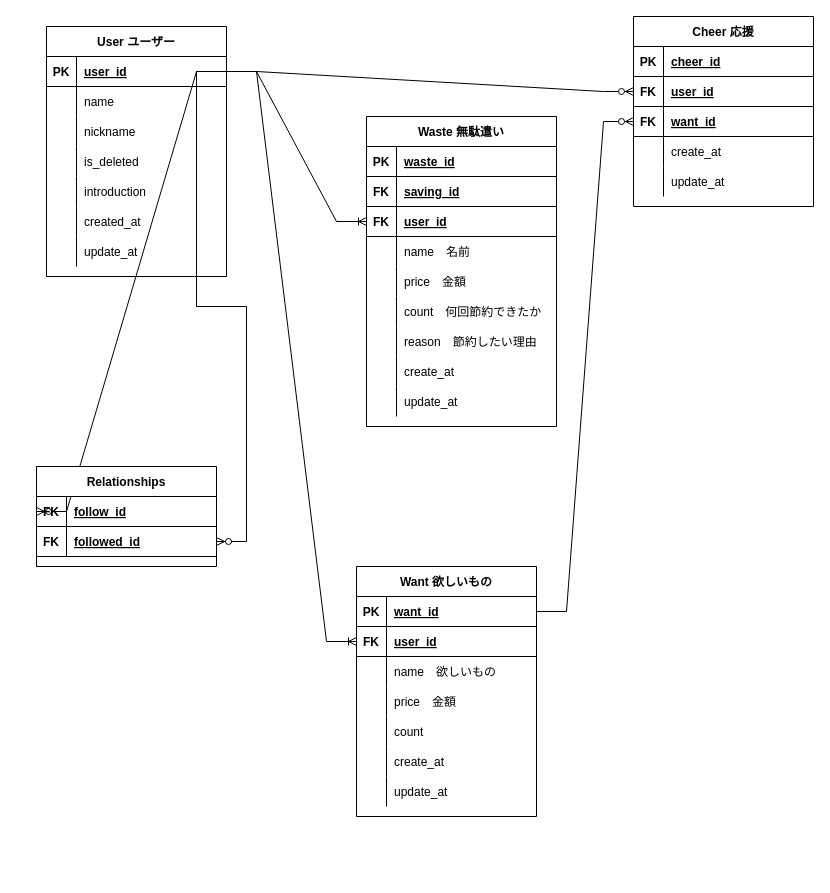
Earlier version of the draw.io diagram PF ER.drawio (breastroke423/cotsutsumi). Source tidied: cells renumbered, new cells numbered last; positions are measured from the earlier drawing's top-left corner, leaving out a move shared by most shapes. Both pictures are drawn from the tidied source at 100%, with x=0, y=0 at pixel (36, 16).
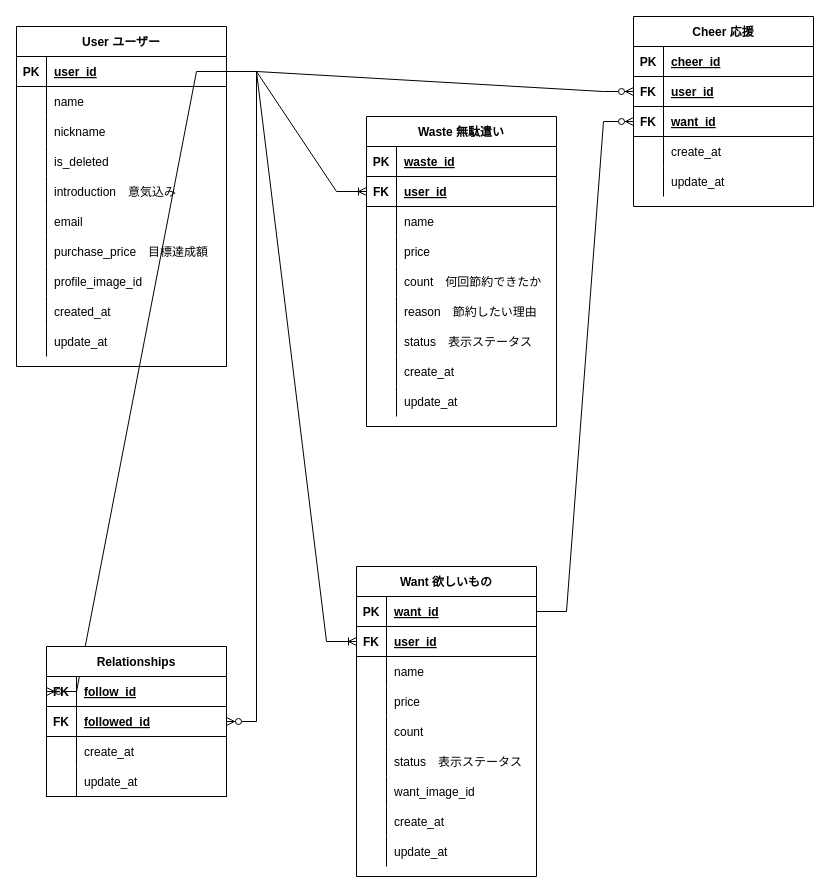
Above is the later version.

The change refers to these unchanged cells:
```xml
<mxCell id="52" value="Waste 無駄遣い" style="shape=table;startSize=30;childLayout=tableLayout;rowLines=0;fontStyle=1;align=center;" parent="1" vertex="1">
  <mxGeometry x="330" y="100" width="190" height="310" as="geometry" />
</mxCell>
<mxCell id="87" style="shape=partialRectangle;fillColor=none;top=0;left=0;bottom=0;right=0;" parent="80" vertex="1">
  <mxGeometry y="90" width="180" height="30" as="geometry" />
</mxCell>
<mxCell id="90" style="shape=partialRectangle;fillColor=none;top=0;left=0;bottom=0;right=0;" parent="80" vertex="1">
  <mxGeometry y="120" width="180" height="30" as="geometry" />
</mxCell>
```

The edit, as a diff of the source:
```diff
@@
     <mxCell id="23" value="User ユーザー" style="shape=table;startSize=30;childLayout=tableLayout;rowLines=0;fontStyle=1;align=center;" parent="1" vertex="1">
-      <mxGeometry x="10" y="10" width="180" height="250" as="geometry" />
+      <mxGeometry x="-20" y="10" width="210" height="340" as="geometry" />
     </mxCell>
     <mxCell id="24" style="shape=partialRectangle;fillColor=none;top=0;left=0;bottom=1;right=0;points=[[0,0.5],[1,0.5]];portConstraint=eastwest;" parent="23" vertex="1">
-      <mxGeometry y="30" width="180" height="30" as="geometry" />
+      <mxGeometry y="30" width="210" height="30" as="geometry" />
     </mxCell>
@@
     <mxCell id="26" value="user_id" style="shape=partialRectangle;fillColor=none;top=0;left=0;bottom=0;right=0;align=left;spacingLeft=6;fontStyle=5;overflow=hidden;" parent="24" vertex="1">
-      <mxGeometry x="30" width="150" height="30" as="geometry" />
+      <mxGeometry x="30" width="180" height="30" as="geometry" />
     </mxCell>
     <mxCell id="27" style="shape=partialRectangle;fillColor=none;top=0;left=0;bottom=0;right=0;" parent="23" vertex="1">
-      <mxGeometry y="60" width="180" height="30" as="geometry" />
+      <mxGeometry y="60" width="210" height="30" as="geometry" />
     </mxCell>
@@
     <mxCell id="29" value="name" style="shape=partialRectangle;fillColor=none;top=0;left=0;bottom=0;right=0;align=left;spacingLeft=6;overflow=hidden;" parent="27" vertex="1">
-      <mxGeometry x="30" width="150" height="30" as="geometry" />
+      <mxGeometry x="30" width="180" height="30" as="geometry" />
     </mxCell>
     <mxCell id="30" style="shape=partialRectangle;fillColor=none;top=0;left=0;bottom=0;right=0;" parent="23" vertex="1">
-      <mxGeometry y="90" width="180" height="30" as="geometry" />
+      <mxGeometry y="90" width="210" height="30" as="geometry" />
     </mxCell>
@@
     <mxCell id="32" value="nickname" style="shape=partialRectangle;fillColor=none;top=0;left=0;bottom=0;right=0;align=left;spacingLeft=6;overflow=hidden;" parent="30" vertex="1">
-      <mxGeometry x="30" width="150" height="30" as="geometry" />
+      <mxGeometry x="30" width="180" height="30" as="geometry" />
     </mxCell>
     <mxCell id="33" style="shape=partialRectangle;fillColor=none;top=0;left=0;bottom=0;right=0;" parent="23" vertex="1">
-      <mxGeometry y="120" width="180" height="30" as="geometry" />
+      <mxGeometry y="120" width="210" height="30" as="geometry" />
     </mxCell>
@@
     <mxCell id="35" value="is_deleted" style="shape=partialRectangle;fillColor=none;top=0;left=0;bottom=0;right=0;align=left;spacingLeft=6;overflow=hidden;" parent="33" vertex="1">
-      <mxGeometry x="30" width="150" height="30" as="geometry" />
+      <mxGeometry x="30" width="180" height="30" as="geometry" />
     </mxCell>
     <mxCell id="36" style="shape=partialRectangle;fillColor=none;top=0;left=0;bottom=0;right=0;" parent="23" vertex="1">
-      <mxGeometry y="150" width="180" height="30" as="geometry" />
+      <mxGeometry y="150" width="210" height="30" as="geometry" />
     </mxCell>
@@
-    <mxCell id="38" value="introduction" style="shape=partialRectangle;fillColor=none;top=0;left=0;bottom=0;right=0;align=left;spacingLeft=6;overflow=hidden;" parent="36" vertex="1">
-      <mxGeometry x="30" width="150" height="30" as="geometry" />
+    <mxCell id="38" value="introduction　意気込み" style="shape=partialRectangle;fillColor=none;top=0;left=0;bottom=0;right=0;align=left;spacingLeft=6;overflow=hidden;" parent="36" vertex="1">
+      <mxGeometry x="30" width="180" height="30" as="geometry" />
     </mxCell>
+    <mxCell id="103" style="shape=partialRectangle;fillColor=none;top=0;left=0;bottom=0;right=0;" parent="23" vertex="1">
+      <mxGeometry y="180" width="210" height="30" as="geometry" />
+    </mxCell>
+    <mxCell id="104" style="shape=partialRectangle;fillColor=none;top=0;left=0;bottom=0;right=0;overflow=hidden;" parent="103" vertex="1">
+      <mxGeometry width="30" height="30" as="geometry" />
+    </mxCell>
+    <mxCell id="105" value="email" style="shape=partialRectangle;fillColor=none;top=0;left=0;bottom=0;right=0;align=left;spacingLeft=6;overflow=hidden;" parent="103" vertex="1">
+      <mxGeometry x="30" width="180" height="30" as="geometry" />
+    </mxCell>
+    <mxCell id="106" style="shape=partialRectangle;fillColor=none;top=0;left=0;bottom=0;right=0;" parent="23" vertex="1">
+      <mxGeometry y="210" width="210" height="30" as="geometry" />
+    </mxCell>
+    <mxCell id="107" style="shape=partialRectangle;fillColor=none;top=0;left=0;bottom=0;right=0;overflow=hidden;" parent="106" vertex="1">
+      <mxGeometry width="30" height="30" as="geometry" />
+    </mxCell>
+    <mxCell id="108" value="purchase_price　目標達成額" style="shape=partialRectangle;fillColor=none;top=0;left=0;bottom=0;right=0;align=left;spacingLeft=6;overflow=hidden;" parent="106" vertex="1">
+      <mxGeometry x="30" width="180" height="30" as="geometry" />
+    </mxCell>
+    <mxCell id="109" style="shape=partialRectangle;fillColor=none;top=0;left=0;bottom=0;right=0;" parent="23" vertex="1">
+      <mxGeometry y="240" width="210" height="30" as="geometry" />
+    </mxCell>
+    <mxCell id="110" style="shape=partialRectangle;fillColor=none;top=0;left=0;bottom=0;right=0;overflow=hidden;" parent="109" vertex="1">
+      <mxGeometry width="30" height="30" as="geometry" />
+    </mxCell>
+    <mxCell id="111" value="profile_image_id" style="shape=partialRectangle;fillColor=none;top=0;left=0;bottom=0;right=0;align=left;spacingLeft=6;overflow=hidden;" parent="109" vertex="1">
+      <mxGeometry x="30" width="180" height="30" as="geometry" />
+    </mxCell>
     <mxCell id="39" style="shape=partialRectangle;fillColor=none;top=0;left=0;bottom=0;right=0;" parent="23" vertex="1">
-      <mxGeometry y="180" width="180" height="30" as="geometry" />
+      <mxGeometry y="270" width="210" height="30" as="geometry" />
     </mxCell>
@@
     <mxCell id="41" value="created_at" style="shape=partialRectangle;fillColor=none;top=0;left=0;bottom=0;right=0;align=left;spacingLeft=6;overflow=hidden;" parent="39" vertex="1">
-      <mxGeometry x="30" width="150" height="30" as="geometry" />
+      <mxGeometry x="30" width="180" height="30" as="geometry" />
     </mxCell>
     <mxCell id="42" style="shape=partialRectangle;fillColor=none;top=0;left=0;bottom=0;right=0;" parent="23" vertex="1">
-      <mxGeometry y="210" width="180" height="30" as="geometry" />
+      <mxGeometry y="300" width="210" height="30" as="geometry" />
     </mxCell>
@@
     <mxCell id="44" value="update_at" style="shape=partialRectangle;fillColor=none;top=0;left=0;bottom=0;right=0;align=left;spacingLeft=6;overflow=hidden;" parent="42" vertex="1">
-      <mxGeometry x="30" width="150" height="30" as="geometry" />
+      <mxGeometry x="30" width="180" height="30" as="geometry" />
     </mxCell>
-    <mxCell id="45" value="Relationships" style="shape=table;startSize=30;childLayout=tableLayout;rowLines=0;fontStyle=1;align=center;" parent="1" vertex="1">
-      <mxGeometry y="450" width="180" height="100" as="geometry" />
-    </mxCell>
-    <mxCell id="46" style="shape=partialRectangle;fillColor=none;top=0;left=0;bottom=1;right=0;points=[[0,0.5],[1,0.5]];portConstraint=eastwest;" parent="45" vertex="1">
-      <mxGeometry y="30" width="180" height="30" as="geometry" />
-    </mxCell>
-    <mxCell id="47" value="FK" style="shape=partialRectangle;fillColor=none;top=0;left=0;bottom=0;right=0;fontStyle=1;overflow=hidden;" parent="46" vertex="1">
-      <mxGeometry width="30" height="30" as="geometry" />
-    </mxCell>
-    <mxCell id="48" value="follow_id" style="shape=partialRectangle;fillColor=none;top=0;left=0;bottom=0;right=0;align=left;spacingLeft=6;fontStyle=5;overflow=hidden;" parent="46" vertex="1">
-      <mxGeometry x="30" width="150" height="30" as="geometry" />
-    </mxCell>
-    <mxCell id="49" style="shape=partialRectangle;fillColor=none;top=0;left=0;bottom=1;right=0;points=[[0,0.5],[1,0.5]];portConstraint=eastwest;" parent="45" vertex="1">
-      <mxGeometry y="60" width="180" height="30" as="geometry" />
-    </mxCell>
-    <mxCell id="50" value="FK" style="shape=partialRectangle;fillColor=none;top=0;left=0;bottom=0;right=0;fontStyle=1;overflow=hidden;" parent="49" vertex="1">
-      <mxGeometry width="30" height="30" as="geometry" />
-    </mxCell>
-    <mxCell id="51" value="followed_id" style="shape=partialRectangle;fillColor=none;top=0;left=0;bottom=0;right=0;align=left;spacingLeft=6;fontStyle=5;overflow=hidden;" parent="49" vertex="1">
-      <mxGeometry x="30" width="150" height="30" as="geometry" />
-    </mxCell>
@@
-    <mxCell id="56" style="shape=partialRectangle;fillColor=none;top=0;left=0;bottom=1;right=0;" parent="52" vertex="1">
-      <mxGeometry y="60" width="190" height="30" as="geometry" />
-    </mxCell>
-    <mxCell id="57" value="FK" style="shape=partialRectangle;fillColor=none;top=0;left=0;bottom=0;right=0;fontStyle=1;overflow=hidden;" parent="56" vertex="1">
-      <mxGeometry width="30" height="30" as="geometry" />
-    </mxCell>
-    <mxCell id="58" value="saving_id" style="shape=partialRectangle;fillColor=none;top=0;left=0;bottom=0;right=0;align=left;spacingLeft=6;fontStyle=5;overflow=hidden;" parent="56" vertex="1">
-      <mxGeometry x="30" width="160" height="30" as="geometry" />
-    </mxCell>
     <mxCell id="59" style="shape=partialRectangle;fillColor=none;top=0;left=0;bottom=1;right=0;points=[[0,0.5],[1,0.5]];portConstraint=eastwest;" parent="52" vertex="1">
-      <mxGeometry y="90" width="190" height="30" as="geometry" />
+      <mxGeometry y="60" width="190" height="30" as="geometry" />
     </mxCell>
@@
     <mxCell id="62" style="shape=partialRectangle;fillColor=none;top=0;left=0;bottom=0;right=0;" parent="52" vertex="1">
-      <mxGeometry y="120" width="190" height="30" as="geometry" />
+      <mxGeometry y="90" width="190" height="30" as="geometry" />
     </mxCell>
@@
-    <mxCell id="64" value="name　名前" style="shape=partialRectangle;fillColor=none;top=0;left=0;bottom=0;right=0;align=left;spacingLeft=6;overflow=hidden;" parent="62" vertex="1">
+    <mxCell id="64" value="name" style="shape=partialRectangle;fillColor=none;top=0;left=0;bottom=0;right=0;align=left;spacingLeft=6;overflow=hidden;" parent="62" vertex="1">
       <mxGeometry x="30" width="160" height="30" as="geometry" />
     </mxCell>
     <mxCell id="65" style="shape=partialRectangle;fillColor=none;top=0;left=0;bottom=0;right=0;" parent="52" vertex="1">
-      <mxGeometry y="150" width="190" height="30" as="geometry" />
+      <mxGeometry y="120" width="190" height="30" as="geometry" />
     </mxCell>
@@
-    <mxCell id="67" value="price　金額" style="shape=partialRectangle;fillColor=none;top=0;left=0;bottom=0;right=0;align=left;spacingLeft=6;overflow=hidden;" parent="65" vertex="1">
+    <mxCell id="67" value="price" style="shape=partialRectangle;fillColor=none;top=0;left=0;bottom=0;right=0;align=left;spacingLeft=6;overflow=hidden;" parent="65" vertex="1">
       <mxGeometry x="30" width="160" height="30" as="geometry" />
     </mxCell>
     <mxCell id="68" style="shape=partialRectangle;fillColor=none;top=0;left=0;bottom=0;right=0;" parent="52" vertex="1">
-      <mxGeometry y="180" width="190" height="30" as="geometry" />
+      <mxGeometry y="150" width="190" height="30" as="geometry" />
     </mxCell>
@@
     <mxCell id="71" style="shape=partialRectangle;fillColor=none;top=0;left=0;bottom=0;right=0;" parent="52" vertex="1">
-      <mxGeometry y="210" width="190" height="30" as="geometry" />
+      <mxGeometry y="180" width="190" height="30" as="geometry" />
     </mxCell>
@@
+    <mxCell id="112" style="shape=partialRectangle;fillColor=none;top=0;left=0;bottom=0;right=0;" parent="52" vertex="1">
+      <mxGeometry y="210" width="190" height="30" as="geometry" />
+    </mxCell>
+    <mxCell id="113" style="shape=partialRectangle;fillColor=none;top=0;left=0;bottom=0;right=0;overflow=hidden;" parent="112" vertex="1">
+      <mxGeometry width="30" height="30" as="geometry" />
+    </mxCell>
+    <mxCell id="114" value="status　表示ステータス" style="shape=partialRectangle;fillColor=none;top=0;left=0;bottom=0;right=0;align=left;spacingLeft=6;overflow=hidden;" parent="112" vertex="1">
+      <mxGeometry x="30" width="160" height="30" as="geometry" />
+    </mxCell>
@@
     <mxCell id="80" value="Want 欲しいもの" style="shape=table;startSize=30;childLayout=tableLayout;rowLines=0;fontStyle=1;align=center;" parent="1" vertex="1">
-      <mxGeometry x="320" y="550" width="180" height="250" as="geometry" />
+      <mxGeometry x="320" y="550" width="180" height="310" as="geometry" />
     </mxCell>
@@
-    <mxCell id="89" value="name　欲しいもの" style="shape=partialRectangle;fillColor=none;top=0;left=0;bottom=0;right=0;align=left;spacingLeft=6;overflow=hidden;" parent="87" vertex="1">
+    <mxCell id="89" value="name" style="shape=partialRectangle;fillColor=none;top=0;left=0;bottom=0;right=0;align=left;spacingLeft=6;overflow=hidden;" parent="87" vertex="1">
       <mxGeometry x="30" width="150" height="30" as="geometry" />
     </mxCell>
@@
-    <mxCell id="92" value="price　金額" style="shape=partialRectangle;fillColor=none;top=0;left=0;bottom=0;right=0;align=left;spacingLeft=6;overflow=hidden;" parent="90" vertex="1">
+    <mxCell id="92" value="price" style="shape=partialRectangle;fillColor=none;top=0;left=0;bottom=0;right=0;align=left;spacingLeft=6;overflow=hidden;" parent="90" vertex="1">
       <mxGeometry x="30" width="150" height="30" as="geometry" />
     </mxCell>
@@
+    <mxCell id="115" style="shape=partialRectangle;fillColor=none;top=0;left=0;bottom=0;right=0;" parent="80" vertex="1">
+      <mxGeometry y="180" width="180" height="30" as="geometry" />
+    </mxCell>
+    <mxCell id="116" style="shape=partialRectangle;fillColor=none;top=0;left=0;bottom=0;right=0;overflow=hidden;" parent="115" vertex="1">
+      <mxGeometry width="30" height="30" as="geometry" />
+    </mxCell>
+    <mxCell id="117" value="status　表示ステータス" style="shape=partialRectangle;fillColor=none;top=0;left=0;bottom=0;right=0;align=left;spacingLeft=6;overflow=hidden;" parent="115" vertex="1">
+      <mxGeometry x="30" width="150" height="30" as="geometry" />
+    </mxCell>
+    <mxCell id="118" style="shape=partialRectangle;fillColor=none;top=0;left=0;bottom=0;right=0;" parent="80" vertex="1">
+      <mxGeometry y="210" width="180" height="30" as="geometry" />
+    </mxCell>
+    <mxCell id="119" style="shape=partialRectangle;fillColor=none;top=0;left=0;bottom=0;right=0;overflow=hidden;" parent="118" vertex="1">
+      <mxGeometry width="30" height="30" as="geometry" />
+    </mxCell>
+    <mxCell id="120" value="want_image_id" style="shape=partialRectangle;fillColor=none;top=0;left=0;bottom=0;right=0;align=left;spacingLeft=6;overflow=hidden;" parent="118" vertex="1">
+      <mxGeometry x="30" width="150" height="30" as="geometry" />
+    </mxCell>
     <mxCell id="96" style="shape=partialRectangle;fillColor=none;top=0;left=0;bottom=0;right=0;" parent="80" vertex="1">
-      <mxGeometry y="180" width="180" height="30" as="geometry" />
+      <mxGeometry y="240" width="180" height="30" as="geometry" />
     </mxCell>
@@
     <mxCell id="99" style="shape=partialRectangle;fillColor=none;top=0;left=0;bottom=0;right=0;" parent="80" vertex="1">
-      <mxGeometry y="210" width="180" height="30" as="geometry" />
+      <mxGeometry y="270" width="180" height="30" as="geometry" />
     </mxCell>
@@
+    <mxCell id="45" value="Relationships" style="shape=table;startSize=30;childLayout=tableLayout;rowLines=0;fontStyle=1;align=center;" parent="1" vertex="1">
+      <mxGeometry x="10" y="630" width="180" height="150" as="geometry" />
+    </mxCell>
+    <mxCell id="46" style="shape=partialRectangle;fillColor=none;top=0;left=0;bottom=1;right=0;points=[[0,0.5],[1,0.5]];portConstraint=eastwest;" parent="45" vertex="1">
+      <mxGeometry y="30" width="180" height="30" as="geometry" />
+    </mxCell>
+    <mxCell id="47" value="FK" style="shape=partialRectangle;fillColor=none;top=0;left=0;bottom=0;right=0;fontStyle=1;overflow=hidden;" parent="46" vertex="1">
+      <mxGeometry width="30" height="30" as="geometry" />
+    </mxCell>
+    <mxCell id="48" value="follow_id" style="shape=partialRectangle;fillColor=none;top=0;left=0;bottom=0;right=0;align=left;spacingLeft=6;fontStyle=5;overflow=hidden;" parent="46" vertex="1">
+      <mxGeometry x="30" width="150" height="30" as="geometry" />
+    </mxCell>
+    <mxCell id="49" style="shape=partialRectangle;fillColor=none;top=0;left=0;bottom=1;right=0;points=[[0,0.5],[1,0.5]];portConstraint=eastwest;" parent="45" vertex="1">
+      <mxGeometry y="60" width="180" height="30" as="geometry" />
+    </mxCell>
+    <mxCell id="50" value="FK" style="shape=partialRectangle;fillColor=none;top=0;left=0;bottom=0;right=0;fontStyle=1;overflow=hidden;" parent="49" vertex="1">
+      <mxGeometry width="30" height="30" as="geometry" />
+    </mxCell>
+    <mxCell id="51" value="followed_id" style="shape=partialRectangle;fillColor=none;top=0;left=0;bottom=0;right=0;align=left;spacingLeft=6;fontStyle=5;overflow=hidden;" parent="49" vertex="1">
+      <mxGeometry x="30" width="150" height="30" as="geometry" />
+    </mxCell>
+    <mxCell id="121" style="shape=partialRectangle;fillColor=none;top=0;left=0;bottom=1;right=0;strokeColor=none;" parent="45" vertex="1">
+      <mxGeometry y="90" width="180" height="30" as="geometry" />
+    </mxCell>
+    <mxCell id="122" style="shape=partialRectangle;fillColor=none;top=0;left=0;bottom=0;right=0;fontStyle=1;overflow=hidden;" parent="121" vertex="1">
+      <mxGeometry width="30" height="30" as="geometry" />
+    </mxCell>
+    <mxCell id="123" value="create_at" style="shape=partialRectangle;fillColor=none;top=0;left=0;bottom=0;right=0;align=left;spacingLeft=6;fontStyle=0;overflow=hidden;strokeColor=none;" parent="121" vertex="1">
+      <mxGeometry x="30" width="150" height="30" as="geometry" />
+    </mxCell>
+    <mxCell id="124" style="shape=partialRectangle;fillColor=none;top=0;left=0;bottom=1;right=0;" parent="45" vertex="1">
+      <mxGeometry y="120" width="180" height="30" as="geometry" />
+    </mxCell>
+    <mxCell id="125" style="shape=partialRectangle;fillColor=none;top=0;left=0;bottom=0;right=0;fontStyle=1;overflow=hidden;" parent="124" vertex="1">
+      <mxGeometry width="30" height="30" as="geometry" />
+    </mxCell>
+    <mxCell id="126" value="update_at" style="shape=partialRectangle;fillColor=none;top=0;left=0;bottom=0;right=0;align=left;spacingLeft=6;fontStyle=0;overflow=hidden;" parent="124" vertex="1">
+      <mxGeometry x="30" width="150" height="30" as="geometry" />
+    </mxCell>
```
